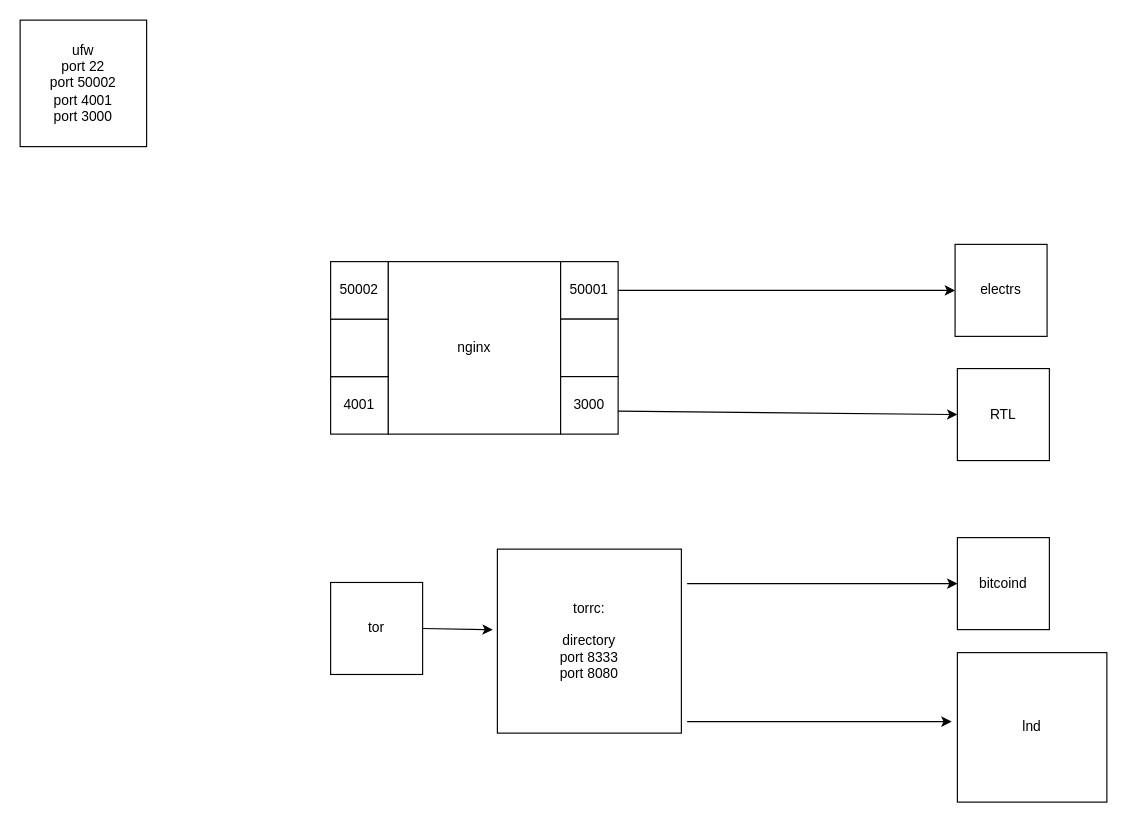
Atzek74/schemi keeps this draw.io diagram as sch1/Diagramma senza titolo.drawio. Above is the earlier version. Source tidied: cells renumbered, new cells numbered last; positions are measured from the earlier drawing's top-left corner, leaving out a move shared by most shapes. Both pictures are drawn from the tidied source at 115%, with x=0, y=0 at pixel (20, 20).
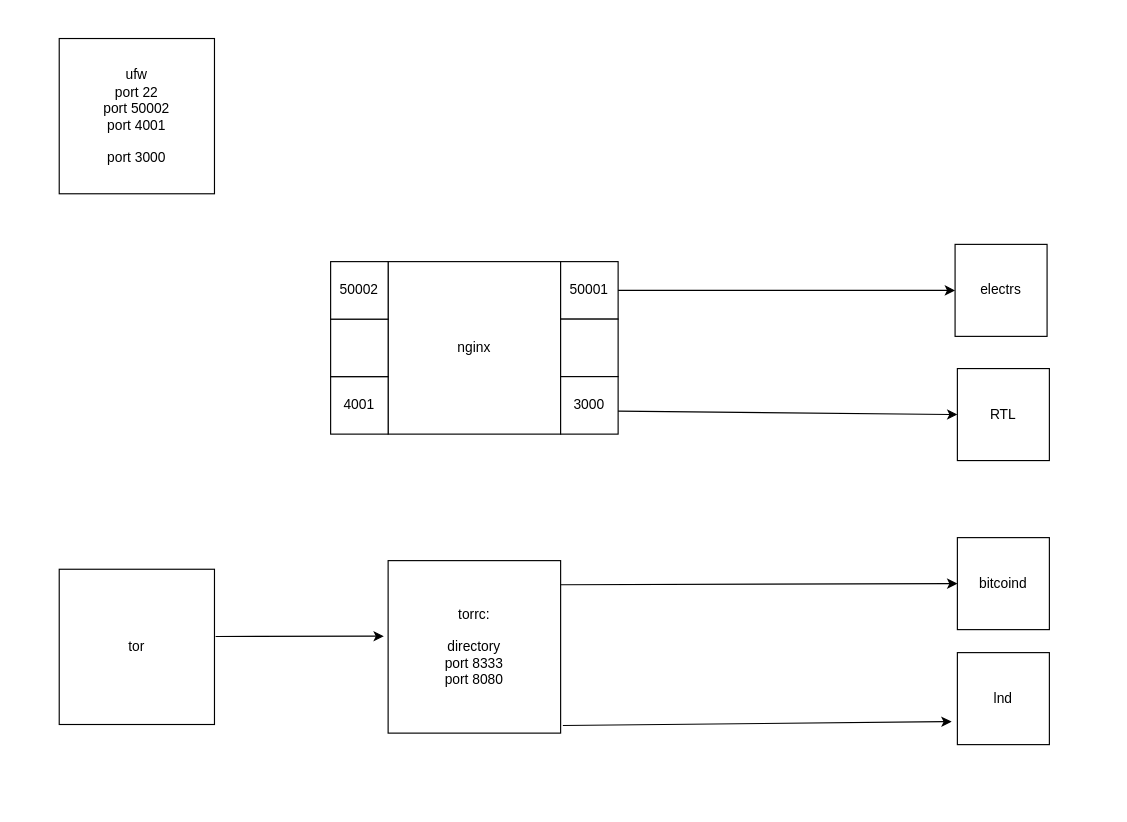
The same page after the edit.

The change refers to these unchanged cells:
```xml
<mxCell id="2" value="bitcoind" style="whiteSpace=wrap;html=1;" parent="1" vertex="1">
  <mxGeometry x="815" y="450" width="80" height="80" as="geometry" />
</mxCell>
```

The edit, as a diff of the source:
```diff
@@
     <mxCell id="4" value="tor" style="whiteSpace=wrap;html=1;" parent="1" vertex="1">
-      <mxGeometry x="270" y="489" width="80" height="80" as="geometry" />
+      <mxGeometry x="34" y="477.5" width="135" height="135" as="geometry" />
     </mxCell>
     <mxCell id="5" value="lnd" style="whiteSpace=wrap;html=1;" parent="1" vertex="1">
-      <mxGeometry x="815" y="550" width="130" height="130" as="geometry" />
+      <mxGeometry x="815" y="550" width="80" height="80" as="geometry" />
     </mxCell>
@@
     <mxCell id="15" value="&lt;span style=&quot;background-color: initial;&quot;&gt;torrc:&lt;br&gt;&lt;/span&gt;&lt;br&gt;&lt;span style=&quot;background-color: initial;&quot;&gt;directory&lt;/span&gt;&lt;br&gt;&lt;span style=&quot;background-color: initial;&quot;&gt;port 8333&lt;/span&gt;&lt;br&gt;&lt;span style=&quot;background-color: initial;&quot;&gt;port 8080&lt;/span&gt;" style="whiteSpace=wrap;html=1;align=center;" parent="1" vertex="1">
-      <mxGeometry x="415" y="460" width="160" height="160" as="geometry" />
+      <mxGeometry x="320" y="470" width="150" height="150" as="geometry" />
     </mxCell>
-    <mxCell id="16" style="endArrow=classic;html=1;rounded=0;exitX=1;exitY=0.5;exitDx=0;exitDy=0;entryX=-0.025;entryY=0.438;entryDx=0;entryDy=0;entryPerimeter=0;" parent="1" edge="1" source="4" target="15">
-      <mxGeometry relative="1" as="geometry" />
+    <mxCell id="16" style="endArrow=classic;html=1;rounded=0;entryX=-0.025;entryY=0.438;entryDx=0;entryDy=0;entryPerimeter=0;" parent="1" edge="1" target="15">
+      <mxGeometry relative="1" as="geometry">
+        <mxPoint x="170" y="536" as="sourcePoint" />
+      </mxGeometry>
     </mxCell>
-    <mxCell id="17" style="endArrow=classic;html=1;rounded=0;entryX=0;entryY=0.5;entryDx=0;entryDy=0;" parent="1" edge="1" target="2">
-      <mxGeometry relative="1" as="geometry">
-        <mxPoint x="580" y="490" as="sourcePoint" />
-      </mxGeometry>
+    <mxCell id="17" style="endArrow=classic;html=1;rounded=0;entryX=0;entryY=0.5;entryDx=0;entryDy=0;exitX=1;exitY=0.14;exitDx=0;exitDy=0;exitPerimeter=0;" parent="1" edge="1" source="15" target="2">
+      <mxGeometry relative="1" as="geometry" />
     </mxCell>
-    <mxCell id="18" style="endArrow=classic;html=1;rounded=0;" parent="1" edge="1">
+    <mxCell id="18" style="endArrow=classic;html=1;rounded=0;exitX=1.013;exitY=0.956;exitDx=0;exitDy=0;exitPerimeter=0;" parent="1" edge="1" source="15">
       <mxGeometry relative="1" as="geometry">
-        <mxPoint x="580" y="610" as="sourcePoint" />
         <mxPoint x="810" y="610" as="targetPoint" />
       </mxGeometry>
     </mxCell>
@@
-    <mxCell id="20" value="ufw&lt;br&gt;port 22&lt;br&gt;port 50002&lt;br&gt;port 4001&lt;br&gt;port 3000" style="whiteSpace=wrap;html=1;" parent="1" vertex="1">
-      <mxGeometry width="110" height="110" as="geometry" />
+    <mxCell id="20" value="ufw&lt;br&gt;port 22&lt;br&gt;port 50002&lt;br&gt;port 4001&lt;br&gt;&lt;br&gt;port 3000" style="whiteSpace=wrap;html=1;" parent="1" vertex="1">
+      <mxGeometry x="34" y="16" width="135" height="135" as="geometry" />
     </mxCell>
```
